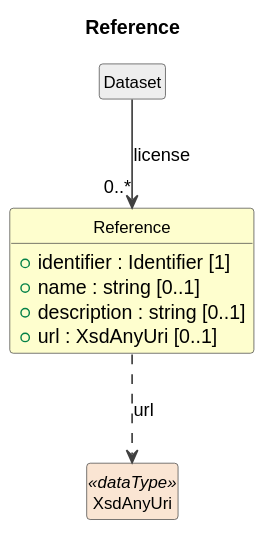
This is cdif-uml-model/_plantuml/cdifDataStructure/Classes/Reference.svg from Cross-Domain-Interoperability-Framework/metadataBuildingBlocks, a PlantUML export, as it was before one commit. The source it was exported from:
```plantuml
@startuml
title Reference
hide circle
hide empty members
skinparam shadowing false
skinparam ArrowThickness 1.2
skinparam class {
  ArrowColor #404040
  BorderColor #404040
  FontSize 12
}

class "Reference" as Reference #FEFECE {
  +identifier : Identifier [1]
  +name : string [0..1]
  +description : string [0..1]
  +url : XsdAnyUri [0..1]
}
class "Dataset" as Dataset #EEEEEE
Dataset --> "0..*" Reference : license
class "XsdAnyUri" as XsdAnyUri <<dataType>> #FAE5D3
Reference ..> XsdAnyUri : url
@enduml
```
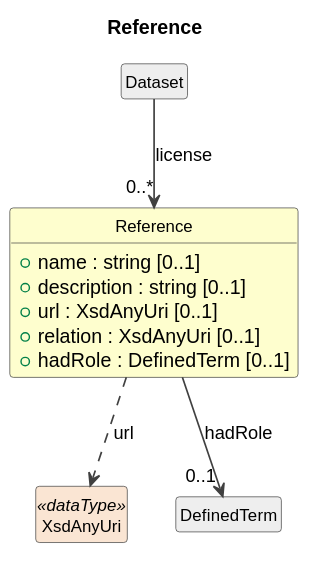
Later version of the same file.

What changed in the source:
```diff
@@ -11,13 +11,16 @@
 }
 
 class "Reference" as Reference #FEFECE {
-  +identifier : Identifier [1]
   +name : string [0..1]
   +description : string [0..1]
   +url : XsdAnyUri [0..1]
+  +relation : XsdAnyUri [0..1]
+  +hadRole : DefinedTerm [0..1]
 }
 class "Dataset" as Dataset #EEEEEE
 Dataset --> "0..*" Reference : license
 class "XsdAnyUri" as XsdAnyUri <<dataType>> #FAE5D3
 Reference ..> XsdAnyUri : url
+class "DefinedTerm" as DefinedTerm #EEEEEE
+Reference --> "0..1" DefinedTerm : hadRole
 @enduml
```
